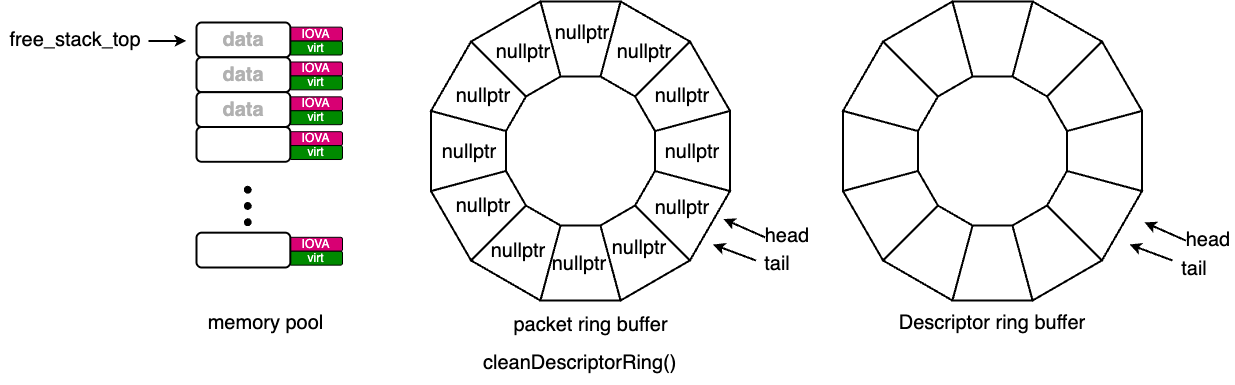
Before: figures/cleanDescriptorRing().png, a diagram exported from draw.io (chenxun233/NIC_driver_cpp). Source tidied: cells renumbered, new cells last; positions are measured from the earlier drawing's top-left corner, leaving out a move shared by most shapes.
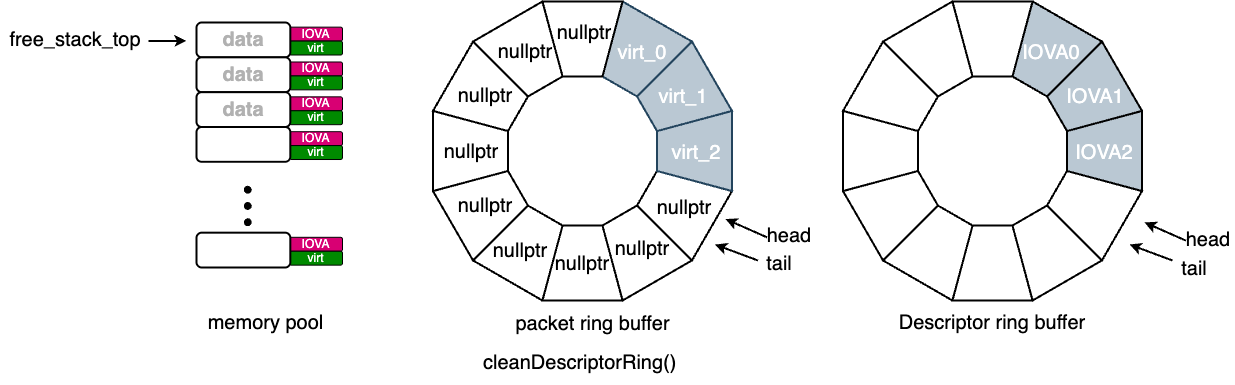
After the commit.

Commit message:
fixed one figure

Change to the diagram source:
```diff
@@ -5,87 +5,6 @@
     <mxCell id="2" value="free_stack_top" style="text;html=1;align=center;verticalAlign=middle;whiteSpace=wrap;rounded=0;fontSize=20;" parent="1" vertex="1">
       <mxGeometry y="28.4" width="150" height="20" as="geometry" />
     </mxCell>
-    <mxCell id="3" style="endArrow=classic;html=1;rounded=0;strokeWidth=2;" parent="1" edge="1">
-      <mxGeometry relative="1" as="geometry">
-        <mxPoint x="755.5" y="259" as="sourcePoint" />
-        <mxPoint x="712.5" y="243" as="targetPoint" />
-      </mxGeometry>
-    </mxCell>
-    <mxCell id="4" value="tail" style="text;html=1;align=center;verticalAlign=middle;whiteSpace=wrap;rounded=0;fontSize=20;" parent="1" vertex="1">
-      <mxGeometry x="750" y="252" width="54" height="20" as="geometry" />
-    </mxCell>
-    <mxCell id="5" style="endArrow=classic;html=1;rounded=0;strokeWidth=2;" parent="1" edge="1">
-      <mxGeometry relative="1" as="geometry">
-        <mxPoint x="764.5" y="235.8" as="sourcePoint" />
-        <mxPoint x="723" y="217.5" as="targetPoint" />
-      </mxGeometry>
-    </mxCell>
-    <mxCell id="6" value="head" style="text;html=1;align=center;verticalAlign=middle;whiteSpace=wrap;rounded=0;fontSize=20;" parent="1" vertex="1">
-      <mxGeometry x="760" y="224.2" width="54" height="20" as="geometry" />
-    </mxCell>
-    <mxCell id="7" style="shape=trapezoid;perimeter=trapezoidPerimeter;whiteSpace=wrap;html=1;fixedSize=1;strokeWidth=2;" parent="1" vertex="1">
-      <mxGeometry x="540" y="224" width="80" height="75" as="geometry" />
-    </mxCell>
-    <mxCell id="8" style="shape=trapezoid;perimeter=trapezoidPerimeter;whiteSpace=wrap;html=1;fixedSize=1;rotation=30;strokeWidth=2;" parent="1" vertex="1">
-      <mxGeometry x="484" y="209" width="80" height="75" as="geometry" />
-    </mxCell>
-    <mxCell id="9" style="shape=trapezoid;perimeter=trapezoidPerimeter;whiteSpace=wrap;html=1;fixedSize=1;rotation=60;strokeWidth=2;" parent="1" vertex="1">
-      <mxGeometry x="443" y="168" width="80" height="75" as="geometry" />
-    </mxCell>
-    <mxCell id="10" style="shape=trapezoid;perimeter=trapezoidPerimeter;whiteSpace=wrap;html=1;fixedSize=1;rotation=90;strokeWidth=2;" parent="1" vertex="1">
-      <mxGeometry x="428" y="112" width="80" height="75" as="geometry" />
-    </mxCell>
-    <mxCell id="11" style="shape=trapezoid;perimeter=trapezoidPerimeter;whiteSpace=wrap;html=1;fixedSize=1;rotation=330;strokeWidth=2;" parent="1" vertex="1">
-      <mxGeometry x="596" y="209" width="80" height="75" as="geometry" />
-    </mxCell>
-    <mxCell id="12" style="shape=trapezoid;perimeter=trapezoidPerimeter;whiteSpace=wrap;html=1;fixedSize=1;rotation=300;strokeWidth=2;" parent="1" vertex="1">
-      <mxGeometry x="637" y="168" width="80" height="75" as="geometry" />
-    </mxCell>
-    <mxCell id="13" style="shape=trapezoid;perimeter=trapezoidPerimeter;whiteSpace=wrap;html=1;fixedSize=1;rotation=270;strokeWidth=2;" parent="1" vertex="1">
-      <mxGeometry x="652" y="112" width="80" height="75" as="geometry" />
-    </mxCell>
-    <mxCell id="14" style="shape=trapezoid;perimeter=trapezoidPerimeter;whiteSpace=wrap;html=1;fixedSize=1;rotation=240;strokeWidth=2;" parent="1" vertex="1">
-      <mxGeometry x="637" y="56" width="80" height="75" as="geometry" />
-    </mxCell>
-    <mxCell id="15" style="shape=trapezoid;perimeter=trapezoidPerimeter;whiteSpace=wrap;html=1;fixedSize=1;rotation=210;strokeWidth=2;" parent="1" vertex="1">
-      <mxGeometry x="596" y="15" width="80" height="75" as="geometry" />
-    </mxCell>
-    <mxCell id="16" style="shape=trapezoid;perimeter=trapezoidPerimeter;whiteSpace=wrap;html=1;fixedSize=1;rotation=180;strokeWidth=2;" parent="1" vertex="1">
-      <mxGeometry x="540" width="80" height="75" as="geometry" />
-    </mxCell>
-    <mxCell id="17" style="shape=trapezoid;perimeter=trapezoidPerimeter;whiteSpace=wrap;html=1;fixedSize=1;rotation=150;strokeWidth=2;" parent="1" vertex="1">
-      <mxGeometry x="484" y="15" width="80" height="75" as="geometry" />
-    </mxCell>
-    <mxCell id="18" style="shape=trapezoid;perimeter=trapezoidPerimeter;whiteSpace=wrap;html=1;fixedSize=1;rotation=120;strokeWidth=2;" parent="1" vertex="1">
-      <mxGeometry x="443" y="56" width="80" height="75" as="geometry" />
-    </mxCell>
-    <mxCell id="19" value="nullptr" style="text;html=1;align=center;verticalAlign=middle;whiteSpace=wrap;rounded=0;fontSize=20;strokeWidth=2;" parent="1" vertex="1">
-      <mxGeometry x="650.5" y="195.5" width="62" height="20" as="geometry" />
-    </mxCell>
-    <mxCell id="20" value="nullptr" style="text;html=1;align=center;verticalAlign=middle;whiteSpace=wrap;rounded=0;fontSize=20;strokeWidth=2;" parent="1" vertex="1">
-      <mxGeometry x="608.5" y="236.5" width="62" height="20" as="geometry" />
-    </mxCell>
-    <mxCell id="21" value="nullptr" style="text;html=1;align=center;verticalAlign=middle;whiteSpace=wrap;rounded=0;fontSize=20;strokeWidth=2;" parent="1" vertex="1">
-      <mxGeometry x="548.5" y="252" width="62" height="20" as="geometry" />
-    </mxCell>
-    <mxCell id="22" value="nullptr" style="text;html=1;align=center;verticalAlign=middle;whiteSpace=wrap;rounded=0;fontSize=20;strokeWidth=2;" parent="1" vertex="1">
-      <mxGeometry x="486.5" y="239" width="62" height="20" as="geometry" />
-    </mxCell>
-    <mxCell id="23" value="nullptr" style="text;html=1;align=center;verticalAlign=middle;whiteSpace=wrap;rounded=0;fontSize=20;strokeWidth=2;" parent="1" vertex="1">
-      <mxGeometry x="452" y="194" width="62" height="20" as="geometry" />
-    </mxCell>
-    <mxCell id="24" value="nullptr" style="text;html=1;align=center;verticalAlign=middle;whiteSpace=wrap;rounded=0;fontSize=20;strokeWidth=2;" parent="1" vertex="1">
-      <mxGeometry x="437.5" y="139.5" width="62" height="20" as="geometry" />
-    </mxCell>
-    <mxCell id="25" value="nullptr" style="text;html=1;align=center;verticalAlign=middle;whiteSpace=wrap;rounded=0;fontSize=20;strokeWidth=2;" parent="1" vertex="1">
-      <mxGeometry x="452" y="83.5" width="62" height="20" as="geometry" />
-    </mxCell>
-    <mxCell id="26" value="nullptr" style="text;html=1;align=center;verticalAlign=middle;whiteSpace=wrap;rounded=0;fontSize=20;strokeWidth=2;" parent="1" vertex="1">
-      <mxGeometry x="491.5" y="40" width="62" height="20" as="geometry" />
-    </mxCell>
-    <mxCell id="27" value="nullptr" style="text;html=1;align=center;verticalAlign=middle;whiteSpace=wrap;rounded=0;fontSize=20;strokeWidth=2;" parent="1" vertex="1">
-      <mxGeometry x="550.5" y="21" width="62" height="20" as="geometry" />
-    </mxCell>
     <mxCell id="28" style="endArrow=classic;html=1;rounded=0;strokeWidth=2;" parent="1" edge="1">
       <mxGeometry relative="1" as="geometry">
         <mxPoint x="148" y="39.4" as="sourcePoint" />
@@ -194,13 +113,13 @@
     <mxCell id="61" style="shape=trapezoid;perimeter=trapezoidPerimeter;whiteSpace=wrap;html=1;fixedSize=1;rotation=300;strokeWidth=2;" parent="1" vertex="1">
       <mxGeometry x="1049" y="168" width="80" height="75" as="geometry" />
     </mxCell>
-    <mxCell id="62" style="shape=trapezoid;perimeter=trapezoidPerimeter;whiteSpace=wrap;html=1;fixedSize=1;rotation=270;strokeWidth=2;" parent="1" vertex="1">
+    <mxCell id="62" style="shape=trapezoid;perimeter=trapezoidPerimeter;whiteSpace=wrap;html=1;fixedSize=1;rotation=270;strokeWidth=2;fillColor=light-dark(#bac8d3, #ff90f3);fontColor=#ffffff;strokeColor=#000000;" parent="1" vertex="1">
       <mxGeometry x="1064" y="112" width="80" height="75" as="geometry" />
     </mxCell>
-    <mxCell id="63" style="shape=trapezoid;perimeter=trapezoidPerimeter;whiteSpace=wrap;html=1;fixedSize=1;rotation=240;strokeWidth=2;" parent="1" vertex="1">
+    <mxCell id="63" style="shape=trapezoid;perimeter=trapezoidPerimeter;whiteSpace=wrap;html=1;fixedSize=1;rotation=240;strokeWidth=2;fillColor=light-dark(#bac8d3, #ff90f3);fontColor=#ffffff;strokeColor=#000000;" parent="1" vertex="1">
       <mxGeometry x="1049" y="56" width="80" height="75" as="geometry" />
     </mxCell>
-    <mxCell id="64" style="shape=trapezoid;perimeter=trapezoidPerimeter;whiteSpace=wrap;html=1;fixedSize=1;rotation=210;strokeWidth=2;" parent="1" vertex="1">
+    <mxCell id="64" style="shape=trapezoid;perimeter=trapezoidPerimeter;whiteSpace=wrap;html=1;fixedSize=1;rotation=210;strokeWidth=2;fillColor=light-dark(#bac8d3, #ff90f3);fontColor=#ffffff;strokeColor=#000000;" parent="1" vertex="1">
       <mxGeometry x="1008" y="15" width="80" height="75" as="geometry" />
     </mxCell>
     <mxCell id="65" style="shape=trapezoid;perimeter=trapezoidPerimeter;whiteSpace=wrap;html=1;fixedSize=1;rotation=180;strokeWidth=2;" parent="1" vertex="1">
@@ -215,15 +134,6 @@
     <mxCell id="68" value="cleanDescriptorRing()" style="text;whiteSpace=wrap;fontSize=20;" parent="1" vertex="1">
       <mxGeometry x="481" y="343" width="214" height="40" as="geometry" />
     </mxCell>
-    <mxCell id="69" value="nullptr" style="text;html=1;align=center;verticalAlign=middle;whiteSpace=wrap;rounded=0;fontSize=20;strokeWidth=2;" parent="1" vertex="1">
-      <mxGeometry x="612.5" y="40" width="62" height="20" as="geometry" />
-    </mxCell>
-    <mxCell id="70" value="nullptr" style="text;html=1;align=center;verticalAlign=middle;whiteSpace=wrap;rounded=0;fontSize=20;strokeWidth=2;" parent="1" vertex="1">
-      <mxGeometry x="650.5" y="83.5" width="62" height="20" as="geometry" />
-    </mxCell>
-    <mxCell id="71" value="nullptr" style="text;html=1;align=center;verticalAlign=middle;whiteSpace=wrap;rounded=0;fontSize=20;strokeWidth=2;" parent="1" vertex="1">
-      <mxGeometry x="661" y="139.5" width="62" height="20" as="geometry" />
-    </mxCell>
     <mxCell id="72" style="endArrow=classic;html=1;rounded=0;strokeWidth=2;" parent="1" edge="1">
       <mxGeometry relative="1" as="geometry">
         <mxPoint x="1185.5" y="239.1" as="sourcePoint" />
@@ -233,11 +143,110 @@
     <mxCell id="73" value="head" style="text;html=1;align=center;verticalAlign=middle;whiteSpace=wrap;rounded=0;fontSize=20;" parent="1" vertex="1">
       <mxGeometry x="1181" y="227.5" width="54" height="20" as="geometry" />
     </mxCell>
+    <mxCell id="75" value="Descriptor ring buffer" style="text;html=1;align=center;verticalAlign=middle;whiteSpace=wrap;rounded=0;fontSize=20;" parent="1" vertex="1">
+      <mxGeometry x="896" y="311" width="192" height="20" as="geometry" />
+    </mxCell>
+    <mxCell id="76" style="shape=trapezoid;perimeter=trapezoidPerimeter;whiteSpace=wrap;html=1;fixedSize=1;rotation=210;fillColor=#bac8d3;strokeColor=#23445d;strokeWidth=2;" parent="1" vertex="1">
+      <mxGeometry x="598" y="15" width="80" height="75" as="geometry" />
+    </mxCell>
+    <mxCell id="77" style="endArrow=classic;html=1;rounded=0;strokeWidth=2;" parent="1" edge="1">
+      <mxGeometry relative="1" as="geometry">
+        <mxPoint x="757.5" y="259" as="sourcePoint" />
+        <mxPoint x="714.5" y="243" as="targetPoint" />
+      </mxGeometry>
+    </mxCell>
+    <mxCell id="4" value="tail" style="text;html=1;align=center;verticalAlign=middle;whiteSpace=wrap;rounded=0;fontSize=20;" parent="1" vertex="1">
+      <mxGeometry x="752" y="252" width="54" height="20" as="geometry" />
+    </mxCell>
+    <mxCell id="78" style="endArrow=classic;html=1;rounded=0;strokeWidth=2;" parent="1" edge="1">
+      <mxGeometry relative="1" as="geometry">
+        <mxPoint x="766.5" y="235.8" as="sourcePoint" />
+        <mxPoint x="725" y="217.5" as="targetPoint" />
+      </mxGeometry>
+    </mxCell>
+    <mxCell id="6" value="head" style="text;html=1;align=center;verticalAlign=middle;whiteSpace=wrap;rounded=0;fontSize=20;" parent="1" vertex="1">
+      <mxGeometry x="762" y="224.2" width="54" height="20" as="geometry" />
+    </mxCell>
+    <mxCell id="79" style="shape=trapezoid;perimeter=trapezoidPerimeter;whiteSpace=wrap;html=1;fixedSize=1;strokeWidth=2;" parent="1" vertex="1">
+      <mxGeometry x="542" y="224" width="80" height="75" as="geometry" />
+    </mxCell>
+    <mxCell id="80" style="shape=trapezoid;perimeter=trapezoidPerimeter;whiteSpace=wrap;html=1;fixedSize=1;rotation=30;strokeWidth=2;" parent="1" vertex="1">
+      <mxGeometry x="486" y="209" width="80" height="75" as="geometry" />
+    </mxCell>
+    <mxCell id="81" style="shape=trapezoid;perimeter=trapezoidPerimeter;whiteSpace=wrap;html=1;fixedSize=1;rotation=60;strokeWidth=2;" parent="1" vertex="1">
+      <mxGeometry x="445" y="168" width="80" height="75" as="geometry" />
+    </mxCell>
+    <mxCell id="82" style="shape=trapezoid;perimeter=trapezoidPerimeter;whiteSpace=wrap;html=1;fixedSize=1;rotation=90;strokeWidth=2;" parent="1" vertex="1">
+      <mxGeometry x="430" y="112" width="80" height="75" as="geometry" />
+    </mxCell>
+    <mxCell id="83" style="shape=trapezoid;perimeter=trapezoidPerimeter;whiteSpace=wrap;html=1;fixedSize=1;rotation=330;strokeWidth=2;" parent="1" vertex="1">
+      <mxGeometry x="598" y="209" width="80" height="75" as="geometry" />
+    </mxCell>
+    <mxCell id="84" style="shape=trapezoid;perimeter=trapezoidPerimeter;whiteSpace=wrap;html=1;fixedSize=1;rotation=300;strokeWidth=2;" parent="1" vertex="1">
+      <mxGeometry x="639" y="168" width="80" height="75" as="geometry" />
+    </mxCell>
+    <mxCell id="85" style="shape=trapezoid;perimeter=trapezoidPerimeter;whiteSpace=wrap;html=1;fixedSize=1;rotation=180;strokeWidth=2;" parent="1" vertex="1">
+      <mxGeometry x="542" width="80" height="75" as="geometry" />
+    </mxCell>
+    <mxCell id="86" style="shape=trapezoid;perimeter=trapezoidPerimeter;whiteSpace=wrap;html=1;fixedSize=1;rotation=150;strokeWidth=2;" parent="1" vertex="1">
+      <mxGeometry x="486" y="15" width="80" height="75" as="geometry" />
+    </mxCell>
+    <mxCell id="87" style="shape=trapezoid;perimeter=trapezoidPerimeter;whiteSpace=wrap;html=1;fixedSize=1;rotation=120;strokeWidth=2;" parent="1" vertex="1">
+      <mxGeometry x="445" y="56" width="80" height="75" as="geometry" />
+    </mxCell>
+    <mxCell id="88" value="nullptr" style="text;html=1;align=center;verticalAlign=middle;whiteSpace=wrap;rounded=0;fontSize=20;strokeWidth=2;" parent="1" vertex="1">
+      <mxGeometry x="652.5" y="195.5" width="62" height="20" as="geometry" />
+    </mxCell>
+    <mxCell id="89" value="nullptr" style="text;html=1;align=center;verticalAlign=middle;whiteSpace=wrap;rounded=0;fontSize=20;strokeWidth=2;" parent="1" vertex="1">
+      <mxGeometry x="610.5" y="236.5" width="62" height="20" as="geometry" />
+    </mxCell>
+    <mxCell id="90" value="nullptr" style="text;html=1;align=center;verticalAlign=middle;whiteSpace=wrap;rounded=0;fontSize=20;strokeWidth=2;" parent="1" vertex="1">
+      <mxGeometry x="550.5" y="252" width="62" height="20" as="geometry" />
+    </mxCell>
+    <mxCell id="91" value="nullptr" style="text;html=1;align=center;verticalAlign=middle;whiteSpace=wrap;rounded=0;fontSize=20;strokeWidth=2;" parent="1" vertex="1">
+      <mxGeometry x="488.5" y="239" width="62" height="20" as="geometry" />
+    </mxCell>
+    <mxCell id="92" value="nullptr" style="text;html=1;align=center;verticalAlign=middle;whiteSpace=wrap;rounded=0;fontSize=20;strokeWidth=2;" parent="1" vertex="1">
+      <mxGeometry x="454" y="194" width="62" height="20" as="geometry" />
+    </mxCell>
+    <mxCell id="93" value="nullptr" style="text;html=1;align=center;verticalAlign=middle;whiteSpace=wrap;rounded=0;fontSize=20;strokeWidth=2;" parent="1" vertex="1">
+      <mxGeometry x="439.5" y="139.5" width="62" height="20" as="geometry" />
+    </mxCell>
+    <mxCell id="94" value="nullptr" style="text;html=1;align=center;verticalAlign=middle;whiteSpace=wrap;rounded=0;fontSize=20;strokeWidth=2;" parent="1" vertex="1">
+      <mxGeometry x="454" y="83.5" width="62" height="20" as="geometry" />
+    </mxCell>
+    <mxCell id="95" value="nullptr" style="text;html=1;align=center;verticalAlign=middle;whiteSpace=wrap;rounded=0;fontSize=20;strokeWidth=2;" parent="1" vertex="1">
+      <mxGeometry x="493.5" y="40" width="62" height="20" as="geometry" />
+    </mxCell>
+    <mxCell id="96" value="nullptr" style="text;html=1;align=center;verticalAlign=middle;whiteSpace=wrap;rounded=0;fontSize=20;strokeWidth=2;" parent="1" vertex="1">
+      <mxGeometry x="552.5" y="21" width="62" height="20" as="geometry" />
+    </mxCell>
     <mxCell id="74" value="packet ring buffer" style="text;html=1;align=center;verticalAlign=middle;whiteSpace=wrap;rounded=0;fontSize=20;" parent="1" vertex="1">
-      <mxGeometry x="508" y="313.1" width="165" height="20" as="geometry" />
+      <mxGeometry x="510" y="312" width="165" height="20" as="geometry" />
     </mxCell>
-    <mxCell id="75" value="Descriptor ring buffer" style="text;html=1;align=center;verticalAlign=middle;whiteSpace=wrap;rounded=0;fontSize=20;" parent="1" vertex="1">
-      <mxGeometry x="896" y="311" width="192" height="20" as="geometry" />
-    </mxCell>
+    <mxCell id="97" style="shape=trapezoid;perimeter=trapezoidPerimeter;whiteSpace=wrap;html=1;fixedSize=1;rotation=270;fillColor=#bac8d3;strokeColor=#23445d;strokeWidth=2;" parent="1" vertex="1">
+      <mxGeometry x="654" y="112" width="80" height="75" as="geometry" />
+    </mxCell>
+    <mxCell id="98" style="shape=trapezoid;perimeter=trapezoidPerimeter;whiteSpace=wrap;html=1;fixedSize=1;rotation=240;fillColor=#bac8d3;strokeColor=#23445d;strokeWidth=2;" parent="1" vertex="1">
+      <mxGeometry x="639" y="56" width="80" height="75" as="geometry" />
+    </mxCell>
+    <mxCell id="99" value="virt_0" style="text;html=1;align=center;verticalAlign=middle;whiteSpace=wrap;rounded=0;fontSize=20;fontColor=#FFFFFF;strokeWidth=2;" parent="1" vertex="1">
+      <mxGeometry x="610.5" y="41" width="62" height="20" as="geometry" />
+    </mxCell>
+    <mxCell id="100" value="virt_1" style="text;html=1;align=center;verticalAlign=middle;whiteSpace=wrap;rounded=0;fontSize=20;fontColor=#FFFFFF;strokeWidth=2;" parent="1" vertex="1">
+      <mxGeometry x="651.5" y="85" width="62" height="20" as="geometry" />
+    </mxCell>
+    <mxCell id="101" value="virt_2" style="text;html=1;align=center;verticalAlign=middle;whiteSpace=wrap;rounded=0;fontSize=20;fontColor=#FFFFFF;strokeWidth=2;" parent="1" vertex="1">
+      <mxGeometry x="664.5" y="141" width="62" height="20" as="geometry" />
+    </mxCell>
+    <mxCell id="102" value="IOVA0" style="text;html=1;align=center;verticalAlign=middle;whiteSpace=wrap;rounded=0;fontSize=20;fontColor=#FFFFFF;strokeWidth=2;" parent="1" vertex="1">
+      <mxGeometry x="1020" y="41" width="62" height="20" as="geometry" />
+    </mxCell>
+    <mxCell id="103" value="IOVA1" style="text;html=1;align=center;verticalAlign=middle;whiteSpace=wrap;rounded=0;fontSize=20;fontColor=#FFFFFF;strokeWidth=2;" parent="1" vertex="1">
+      <mxGeometry x="1064" y="85" width="62" height="20" as="geometry" />
+    </mxCell>
+    <mxCell id="104" value="IOVA2" style="text;html=1;align=center;verticalAlign=middle;whiteSpace=wrap;rounded=0;fontSize=20;fontColor=#FFFFFF;strokeWidth=2;" parent="1" vertex="1">
+      <mxGeometry x="1072.5" y="141" width="62" height="20" as="geometry" />
+    </mxCell>
   </root>
 </mxGraphModel>
```
